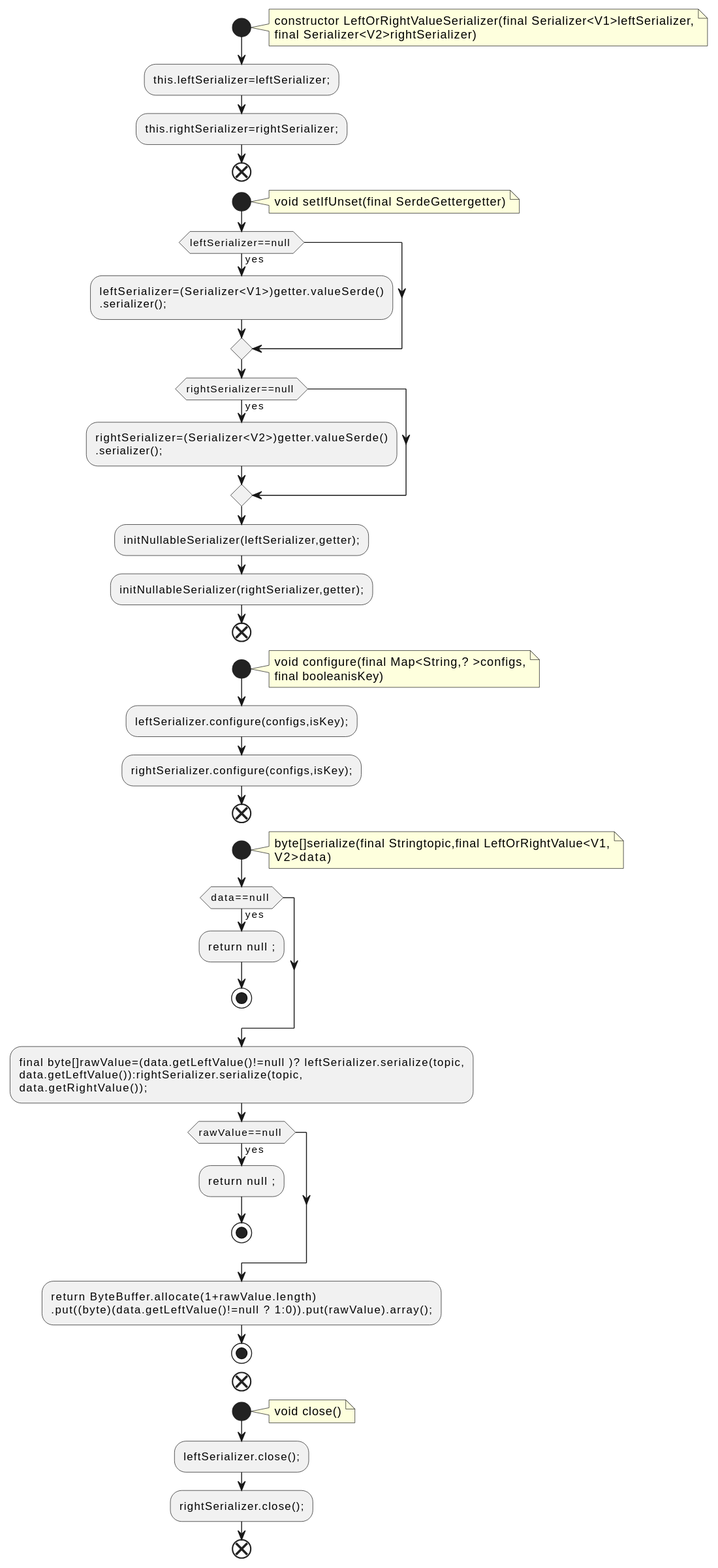
Earlier version of the PlantUML export docs/qc/streams/src/main/java/org/apache/kafka/streams/state/internals/LeftOrRightValueSerializer.java.fct.svg (qualitesys/kafka).
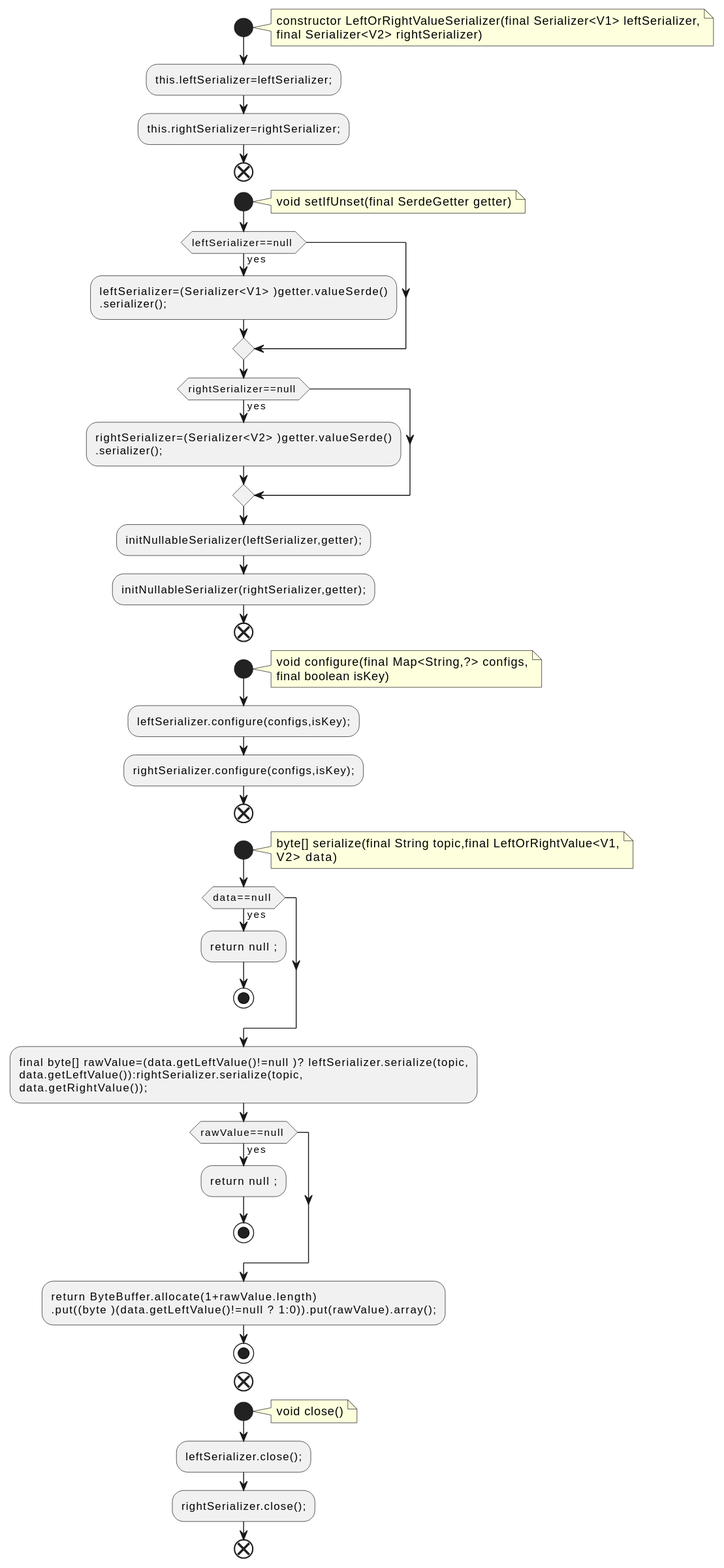
The same file after the commit.

Diff of the diagram source:
```diff
@@ -2,22 +2,22 @@
 !pragma layout smetana
 start
 note right
-constructor LeftOrRightValueSerializer(final Serializer<V1>leftSerializer,
-final Serializer<V2>rightSerializer)
+constructor LeftOrRightValueSerializer(final Serializer<V1> leftSerializer,
+final Serializer<V2> rightSerializer)
 end note
 :this.leftSerializer=leftSerializer;;
 :this.rightSerializer=rightSerializer;;
 end
 start
 note right
-void setIfUnset(final SerdeGettergetter)
+void setIfUnset(final SerdeGetter getter)
 end note
 if (leftSerializer==null ) then (yes)
-:leftSerializer=(Serializer<V1>)getter.valueSerde()
+:leftSerializer=(Serializer<V1> )getter.valueSerde()
 .serializer();;
 endif
 if (rightSerializer==null ) then (yes)
-:rightSerializer=(Serializer<V2>)getter.valueSerde()
+:rightSerializer=(Serializer<V2> )getter.valueSerde()
 .serializer();;
 endif
 :initNullableSerializer(leftSerializer,getter);;
@@ -25,22 +25,22 @@
 end
 start
 note right
-void configure(final Map<String,? >configs,
-final booleanisKey)
+void configure(final Map<String,?> configs,
+final boolean isKey)
 end note
 :leftSerializer.configure(configs,isKey);;
 :rightSerializer.configure(configs,isKey);;
 end
 start
 note right
-byte[]serialize(final Stringtopic,final LeftOrRightValue<V1,
-V2>data)
+byte[] serialize(final String topic,final LeftOrRightValue<V1,
+V2> data)
 end note
 if (data==null ) then (yes)
 :return null ;;
 stop
 endif
-:final byte[]rawValue=(data.getLeftValue()!=null )? leftSerializer.serialize(topic,
+:final byte[] rawValue=(data.getLeftValue()!=null )? leftSerializer.serialize(topic,
 data.getLeftValue()):rightSerializer.serialize(topic,
 data.getRightValue());;
 if (rawValue==null ) then (yes)
@@ -48,7 +48,7 @@
 stop
 endif
 :return ByteBuffer.allocate(1+rawValue.length)
-.put((byte)(data.getLeftValue()!=null ? 1:0)).put(rawValue).array();;
+.put((byte )(data.getLeftValue()!=null ? 1:0)).put(rawValue).array();;
 stop
 end
 start
```
